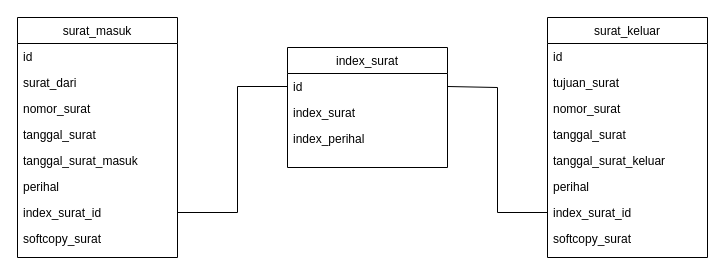
Earlier version of the draw.io diagram Diagram Tanpa Judul.drawio (danangsptro/SI_SURAT-M-K). Source tidied: cells renumbered, new cells numbered last; positions are measured from the earlier drawing's top-left corner, leaving out a move shared by most shapes. Both pictures are drawn from the tidied source at 100%, with x=0, y=0 at pixel (17, 17).
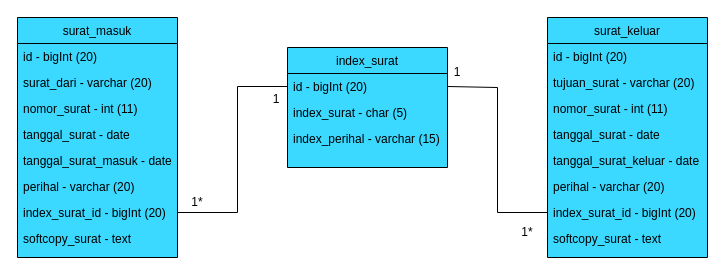
After the change.

The edit, as a diff of the source:
```diff
@@
-    <mxCell id="2" value="surat_masuk" style="swimlane;fontStyle=0;align=center;verticalAlign=top;horizontal=1;startSize=26;rounded=0;shadow=0;strokeWidth=1;" parent="1" vertex="1">
-      <mxGeometry width="160" height="240" as="geometry" />
-    </mxCell>
-    <mxCell id="3" value="id" style="text;align=left;verticalAlign=top;spacingLeft=4;spacingRight=4;overflow=hidden;" parent="2" vertex="1">
-      <mxGeometry y="26" width="160" height="26" as="geometry" />
-    </mxCell>
-    <mxCell id="4" value="surat_dari" style="text;align=left;verticalAlign=top;spacingLeft=4;spacingRight=4;overflow=hidden;" parent="2" vertex="1">
-      <mxGeometry y="52" width="160" height="26" as="geometry" />
-    </mxCell>
-    <mxCell id="5" value="nomor_surat" style="text;align=left;verticalAlign=top;spacingLeft=4;spacingRight=4;overflow=hidden;rounded=0;shadow=0;html=0;" parent="2" vertex="1">
-      <mxGeometry y="78" width="160" height="26" as="geometry" />
-    </mxCell>
-    <mxCell id="6" value="tanggal_surat" style="text;align=left;verticalAlign=top;spacingLeft=4;spacingRight=4;overflow=hidden;rounded=0;shadow=0;html=0;" parent="2" vertex="1">
-      <mxGeometry y="104" width="160" height="26" as="geometry" />
-    </mxCell>
-    <mxCell id="7" value="tanggal_surat_masuk" style="text;align=left;verticalAlign=top;spacingLeft=4;spacingRight=4;overflow=hidden;rounded=0;shadow=0;html=0;" parent="2" vertex="1">
-      <mxGeometry y="130" width="160" height="26" as="geometry" />
-    </mxCell>
-    <mxCell id="8" value="perihal" style="text;align=left;verticalAlign=top;spacingLeft=4;spacingRight=4;overflow=hidden;rounded=0;shadow=0;html=0;" parent="2" vertex="1">
-      <mxGeometry y="156" width="160" height="26" as="geometry" />
-    </mxCell>
-    <mxCell id="9" value="index_surat_id" style="text;align=left;verticalAlign=top;spacingLeft=4;spacingRight=4;overflow=hidden;points=[[0,0.5],[1,0.5]];portConstraint=eastwest;rounded=0;shadow=0;html=0;" parent="2" vertex="1">
-      <mxGeometry y="182" width="160" height="26" as="geometry" />
-    </mxCell>
-    <mxCell id="10" value="softcopy_surat" style="text;align=left;verticalAlign=top;spacingLeft=4;spacingRight=4;overflow=hidden;rounded=0;shadow=0;html=0;" parent="2" vertex="1">
-      <mxGeometry y="208" width="160" height="26" as="geometry" />
-    </mxCell>
-    <mxCell id="11" value="surat_keluar" style="swimlane;fontStyle=0;align=center;verticalAlign=top;horizontal=1;startSize=26;rounded=0;shadow=0;strokeWidth=1;" parent="1" vertex="1">
+    <mxCell id="11" value="surat_keluar" style="swimlane;fontStyle=0;align=center;verticalAlign=top;horizontal=1;startSize=26;rounded=0;shadow=0;strokeWidth=1;fillColor=#3BD8FF;swimlaneFillColor=#3BD8FF;" parent="1" vertex="1">
       <mxGeometry x="530" width="160" height="240" as="geometry" />
     </mxCell>
-    <mxCell id="12" value="id" style="text;align=left;verticalAlign=top;spacingLeft=4;spacingRight=4;overflow=hidden;" parent="11" vertex="1">
+    <mxCell id="12" value="id - bigInt (20)" style="text;align=left;verticalAlign=top;spacingLeft=4;spacingRight=4;overflow=hidden;" parent="11" vertex="1">
       <mxGeometry y="26" width="160" height="26" as="geometry" />
     </mxCell>
-    <mxCell id="13" value="tujuan_surat" style="text;align=left;verticalAlign=top;spacingLeft=4;spacingRight=4;overflow=hidden;" parent="11" vertex="1">
+    <mxCell id="13" value="tujuan_surat - varchar (20)" style="text;align=left;verticalAlign=top;spacingLeft=4;spacingRight=4;overflow=hidden;" parent="11" vertex="1">
       <mxGeometry y="52" width="160" height="26" as="geometry" />
     </mxCell>
-    <mxCell id="14" value="nomor_surat" style="text;align=left;verticalAlign=top;spacingLeft=4;spacingRight=4;overflow=hidden;rounded=0;shadow=0;html=0;" parent="11" vertex="1">
+    <mxCell id="14" value="nomor_surat - int (11)" style="text;align=left;verticalAlign=top;spacingLeft=4;spacingRight=4;overflow=hidden;rounded=0;shadow=0;html=0;" parent="11" vertex="1">
       <mxGeometry y="78" width="160" height="26" as="geometry" />
     </mxCell>
-    <mxCell id="15" value="tanggal_surat" style="text;align=left;verticalAlign=top;spacingLeft=4;spacingRight=4;overflow=hidden;rounded=0;shadow=0;html=0;" parent="11" vertex="1">
+    <mxCell id="15" value="tanggal_surat - date" style="text;align=left;verticalAlign=top;spacingLeft=4;spacingRight=4;overflow=hidden;rounded=0;shadow=0;html=0;" parent="11" vertex="1">
       <mxGeometry y="104" width="160" height="26" as="geometry" />
     </mxCell>
-    <mxCell id="16" value="tanggal_surat_keluar" style="text;align=left;verticalAlign=top;spacingLeft=4;spacingRight=4;overflow=hidden;rounded=0;shadow=0;html=0;" parent="11" vertex="1">
+    <mxCell id="16" value="tanggal_surat_keluar - date" style="text;align=left;verticalAlign=top;spacingLeft=4;spacingRight=4;overflow=hidden;rounded=0;shadow=0;html=0;" parent="11" vertex="1">
       <mxGeometry y="130" width="160" height="26" as="geometry" />
     </mxCell>
-    <mxCell id="17" value="perihal" style="text;align=left;verticalAlign=top;spacingLeft=4;spacingRight=4;overflow=hidden;rounded=0;shadow=0;html=0;" parent="11" vertex="1">
+    <mxCell id="17" value="perihal - varchar (20)" style="text;align=left;verticalAlign=top;spacingLeft=4;spacingRight=4;overflow=hidden;rounded=0;shadow=0;html=0;" parent="11" vertex="1">
       <mxGeometry y="156" width="160" height="26" as="geometry" />
     </mxCell>
-    <mxCell id="18" value="index_surat_id" style="text;align=left;verticalAlign=top;spacingLeft=4;spacingRight=4;overflow=hidden;points=[[0,0.5],[1,0.5]];portConstraint=eastwest;rounded=0;shadow=0;html=0;" parent="11" vertex="1">
+    <mxCell id="18" value="index_surat_id - bigInt (20)" style="text;align=left;verticalAlign=top;spacingLeft=4;spacingRight=4;overflow=hidden;points=[[0,0.5],[1,0.5]];portConstraint=eastwest;rounded=0;shadow=0;html=0;" parent="11" vertex="1">
       <mxGeometry y="182" width="160" height="26" as="geometry" />
     </mxCell>
-    <mxCell id="19" value="softcopy_surat" style="text;align=left;verticalAlign=top;spacingLeft=4;spacingRight=4;overflow=hidden;rounded=0;shadow=0;html=0;" parent="11" vertex="1">
+    <mxCell id="19" value="softcopy_surat - text" style="text;align=left;verticalAlign=top;spacingLeft=4;spacingRight=4;overflow=hidden;rounded=0;shadow=0;html=0;" parent="11" vertex="1">
       <mxGeometry y="208" width="160" height="26" as="geometry" />
     </mxCell>
-    <mxCell id="20" value="index_surat" style="swimlane;fontStyle=0;align=center;verticalAlign=top;horizontal=1;startSize=26;rounded=0;shadow=0;strokeWidth=1;" parent="1" vertex="1">
+    <mxCell id="20" value="index_surat" style="swimlane;fontStyle=0;align=center;verticalAlign=top;horizontal=1;startSize=26;rounded=0;shadow=0;strokeWidth=1;fillColor=#3BD8FF;swimlaneFillColor=#3BD8FF;" parent="1" vertex="1">
       <mxGeometry x="270" y="30" width="160" height="120" as="geometry" />
     </mxCell>
-    <mxCell id="21" value="id" style="text;align=left;verticalAlign=top;spacingLeft=4;spacingRight=4;overflow=hidden;points=[[0,0.5],[1,0.5]];portConstraint=eastwest;" parent="20" vertex="1">
+    <mxCell id="21" value="id - bigInt (20)" style="text;align=left;verticalAlign=top;spacingLeft=4;spacingRight=4;overflow=hidden;points=[[0,0.5],[1,0.5]];portConstraint=eastwest;" parent="20" vertex="1">
       <mxGeometry y="26" width="160" height="26" as="geometry" />
     </mxCell>
-    <mxCell id="22" value="index_surat" style="text;align=left;verticalAlign=top;spacingLeft=4;spacingRight=4;overflow=hidden;rounded=0;shadow=0;html=0;" parent="20" vertex="1">
+    <mxCell id="22" value="index_surat - char (5)" style="text;align=left;verticalAlign=top;spacingLeft=4;spacingRight=4;overflow=hidden;rounded=0;shadow=0;html=0;" parent="20" vertex="1">
       <mxGeometry y="52" width="160" height="26" as="geometry" />
     </mxCell>
-    <mxCell id="23" value="index_perihal" style="text;align=left;verticalAlign=top;spacingLeft=4;spacingRight=4;overflow=hidden;rounded=0;shadow=0;html=0;" parent="20" vertex="1">
+    <mxCell id="23" value="index_perihal - varchar (15)" style="text;align=left;verticalAlign=top;spacingLeft=4;spacingRight=4;overflow=hidden;rounded=0;shadow=0;html=0;" parent="20" vertex="1">
       <mxGeometry y="78" width="160" height="26" as="geometry" />
     </mxCell>
@@
+    <mxCell id="2" value="surat_masuk" style="swimlane;fontStyle=0;align=center;verticalAlign=top;horizontal=1;startSize=26;rounded=0;shadow=0;strokeWidth=1;fillColor=#3BD8FF;swimlaneFillColor=#3BD8FF;" parent="1" vertex="1">
+      <mxGeometry width="160" height="240" as="geometry" />
+    </mxCell>
+    <mxCell id="3" value="id - bigInt (20)" style="text;align=left;verticalAlign=top;spacingLeft=4;spacingRight=4;overflow=hidden;" parent="2" vertex="1">
+      <mxGeometry y="26" width="160" height="26" as="geometry" />
+    </mxCell>
+    <mxCell id="4" value="surat_dari - varchar (20)" style="text;align=left;verticalAlign=top;spacingLeft=4;spacingRight=4;overflow=hidden;" parent="2" vertex="1">
+      <mxGeometry y="52" width="160" height="26" as="geometry" />
+    </mxCell>
+    <mxCell id="5" value="nomor_surat - int (11)" style="text;align=left;verticalAlign=top;spacingLeft=4;spacingRight=4;overflow=hidden;rounded=0;shadow=0;html=0;" parent="2" vertex="1">
+      <mxGeometry y="78" width="160" height="26" as="geometry" />
+    </mxCell>
+    <mxCell id="6" value="tanggal_surat - date" style="text;align=left;verticalAlign=top;spacingLeft=4;spacingRight=4;overflow=hidden;rounded=0;shadow=0;html=0;" parent="2" vertex="1">
+      <mxGeometry y="104" width="160" height="26" as="geometry" />
+    </mxCell>
+    <mxCell id="7" value="tanggal_surat_masuk - date" style="text;align=left;verticalAlign=top;spacingLeft=4;spacingRight=4;overflow=hidden;rounded=0;shadow=0;html=0;" parent="2" vertex="1">
+      <mxGeometry y="130" width="160" height="26" as="geometry" />
+    </mxCell>
+    <mxCell id="8" value="perihal - varchar (20)" style="text;align=left;verticalAlign=top;spacingLeft=4;spacingRight=4;overflow=hidden;rounded=0;shadow=0;html=0;" parent="2" vertex="1">
+      <mxGeometry y="156" width="160" height="26" as="geometry" />
+    </mxCell>
+    <mxCell id="9" value="index_surat_id - bigInt (20)" style="text;align=left;verticalAlign=top;spacingLeft=4;spacingRight=4;overflow=hidden;points=[[0,0.5],[1,0.5]];portConstraint=eastwest;rounded=0;shadow=0;html=0;" parent="2" vertex="1">
+      <mxGeometry y="182" width="160" height="26" as="geometry" />
+    </mxCell>
+    <mxCell id="10" value="softcopy_surat - text" style="text;align=left;verticalAlign=top;spacingLeft=4;spacingRight=4;overflow=hidden;rounded=0;shadow=0;html=0;" parent="2" vertex="1">
+      <mxGeometry y="208" width="160" height="26" as="geometry" />
+    </mxCell>
+    <mxCell id="26" value="1&lt;br&gt;" style="text;html=1;strokeColor=none;fillColor=none;align=center;verticalAlign=middle;whiteSpace=wrap;rounded=0;" parent="1" vertex="1">
+      <mxGeometry x="410" y="40" width="60" height="30" as="geometry" />
+    </mxCell>
+    <mxCell id="27" value="1*" style="text;html=1;strokeColor=none;fillColor=none;align=center;verticalAlign=middle;whiteSpace=wrap;rounded=0;" parent="1" vertex="1">
+      <mxGeometry x="480" y="200" width="60" height="30" as="geometry" />
+    </mxCell>
+    <mxCell id="28" value="1&lt;br&gt;" style="text;html=1;strokeColor=none;fillColor=none;align=center;verticalAlign=middle;whiteSpace=wrap;rounded=0;" parent="1" vertex="1">
+      <mxGeometry x="229" y="67" width="60" height="30" as="geometry" />
+    </mxCell>
+    <mxCell id="29" value="1*" style="text;html=1;strokeColor=none;fillColor=none;align=center;verticalAlign=middle;whiteSpace=wrap;rounded=0;" parent="1" vertex="1">
+      <mxGeometry x="150" y="170" width="60" height="30" as="geometry" />
+    </mxCell>
```
